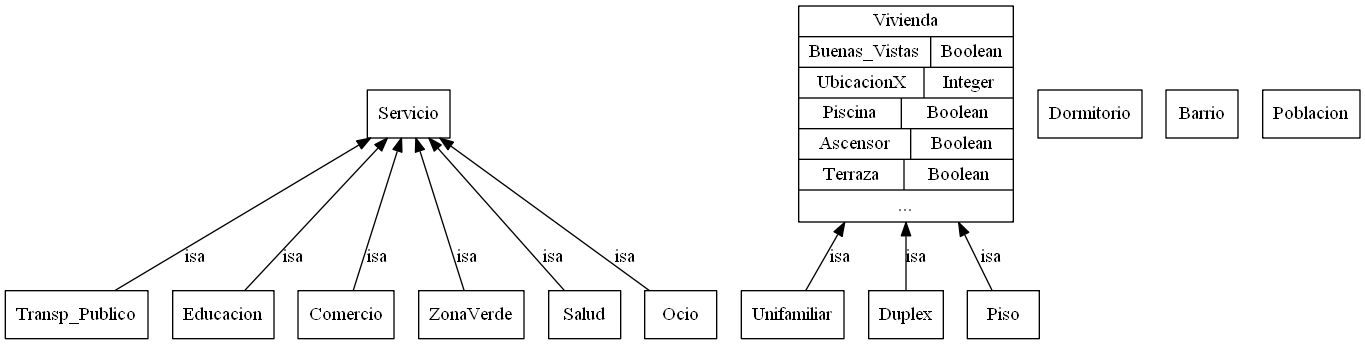
Above: Ontologia.dot.png in mbdavid2/Practica-IA2 (Graphviz), before the change. Its source is kept beside it as Ontologia.dot.
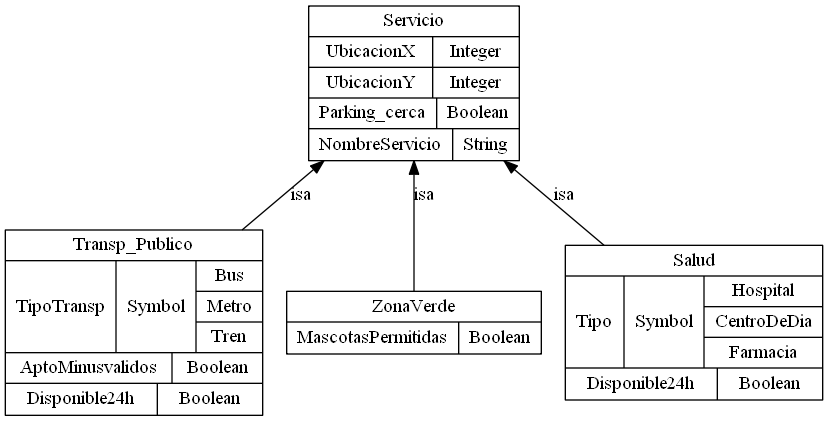
Above is the later version.

The edit, as a diff of the source:
```diff
@@ -1,158 +1,56 @@
 digraph Ontologia {
-	graph [bb="0,0,1016,249"];
+	graph [bb="0,0,613,306"];
 	node [label="\N"];
 	Transp_Publico	 [color="0.0,0.0,0.0",
 		fontcolor="0.0,0.0,0.0",
-		height=0.5,
-		label=Transp_Publico,
-		pos="53.5,18",
-		shape=box,
-		width=1.4861];
+		height=1.9306,
+		label="{Transp_Publico|{TipoTransp|Symbol|{Bus|Metro|Tren}}|{AptoMinusvalidos|Boolean}|{Disponible24h|Boolean}}",
+		pos="96.5,69.5",
+		rects="0,115.5,193,138.5 0,46.5,83,115.5 83,46.5,143,115.5 143,92.5,193,115.5 143,69.5,193,92.5 143,46.5,193,69.5 0,23.5,125,46.5 125,23.5,\
+193,46.5 0,0.5,114,23.5 114,0.5,193,23.5",
+		shape=record,
+		width=2.6806];
 	Servicio	 [color="0.0,0.0,0.0",
 		fontcolor="0.0,0.0,0.0",
-		height=0.5,
-		label=Servicio,
-		pos="302.5,168",
-		shape=box,
-		width=0.86111];
+		height=1.6111,
+		label="{Servicio|{UbicacionX|Integer}|{UbicacionY|Integer}|{Parking_cerca|Boolean}|{NombreServicio|String}}",
+		pos="306.5,248",
+		rects="227.5,282.5,385.5,305.5 227.5,259.5,320.5,282.5 320.5,259.5,385.5,282.5 227.5,236.5,320.5,259.5 320.5,236.5,385.5,259.5 227.5,213.5,\
+323.5,236.5 323.5,213.5,385.5,236.5 227.5,190.5,335.5,213.5 335.5,190.5,385.5,213.5",
+		shape=record,
+		width=2.1944];
 	Servicio -> Transp_Publico	 [color="0.0,0.0,0.0",
 		dir=back,
 		fontcolor="0.0,0.0,0.0",
 		label=isa,
-		lp="142.5,61.5",
-		pos="s,273.45,149.73 264.55,144.44 214.47,114.68 127.42,62.936 82.366,36.157"];
-	Educacion	 [color="0.0,0.0,0.0",
-		fontcolor="0.0,0.0,0.0",
-		height=0.5,
-		label=Educacion,
-		pos="163.5,18",
-		shape=box,
-		width=1.0556];
-	Servicio -> Educacion	 [color="0.0,0.0,0.0",
-		dir=back,
-		fontcolor="0.0,0.0,0.0",
-		label=isa,
-		lp="216.5,61.5",
-		pos="s,286.28,149.73 279.19,142.18 250.95,112.12 204.14,62.269 179.61,36.157"];
-	Comercio	 [color="0.0,0.0,0.0",
-		fontcolor="0.0,0.0,0.0",
-		height=0.5,
-		label=Comercio,
-		pos="255.5,18",
-		shape=box,
-		width=1];
-	Servicio -> Comercio	 [color="0.0,0.0,0.0",
-		dir=back,
-		fontcolor="0.0,0.0,0.0",
-		label=isa,
-		lp="279.5,61.5",
-		pos="s,297.02,149.73 293.87,139.84 284.27,109.59 269.03,61.603 260.95,36.157"];
+		lp="222.5,164.5",
+		pos="s,239.19,190.43 231.3,183.79 213.93,169.19 195.37,153.6 177.75,138.79"];
 	ZonaVerde	 [color="0.0,0.0,0.0",
 		fontcolor="0.0,0.0,0.0",
-		height=0.5,
-		label=ZonaVerde,
-		pos="349.5,18",
-		shape=box,
-		width=1.0972];
+		height=0.65278,
+		label="{ZonaVerde|{MascotasPermitidas|Boolean}}",
+		pos="306.5,69.5",
+		rects="211,69.5,402,92.5 211,46.5,340,69.5 340,46.5,402,69.5",
+		shape=record,
+		width=2.6528];
 	Servicio -> ZonaVerde	 [color="0.0,0.0,0.0",
 		dir=back,
 		fontcolor="0.0,0.0,0.0",
 		label=isa,
-		lp="346.5,61.5",
-		pos="s,307.98,149.73 311.13,139.84 320.73,109.59 335.97,61.603 344.05,36.157"];
+		lp="314.5,164.5",
+		pos="s,306.5,190.18 306.5,179.86 306.5,148.94 306.5,114.35 306.5,92.511"];
 	Salud	 [color="0.0,0.0,0.0",
 		fontcolor="0.0,0.0,0.0",
-		height=0.5,
-		label=Salud,
-		pos="434.5,18",
-		shape=box,
-		width=0.75];
+		height=1.6111,
+		label="{Salud|{Tipo|Symbol|{Hospital|CentroDeDia|Farmacia}}|{Disponible24h|Boolean}}",
+		pos="516.5,69.5",
+		rects="420,104,613,127 420,35,464,104 464,35,524,104 524,81,613,104 524,58,613,81 524,35,613,58 420,12,534,35 534,12,613,35",
+		shape=record,
+		width=2.6806];
 	Servicio -> Salud	 [color="0.0,0.0,0.0",
 		dir=back,
 		fontcolor="0.0,0.0,0.0",
 		label=isa,
-		lp="411.5,61.5",
-		pos="s,317.9,149.73 324.64,142.18 351.45,112.12 395.91,62.269 419.2,36.157"];
-	Ocio	 [color="0.0,0.0,0.0",
-		fontcolor="0.0,0.0,0.0",
-		height=0.5,
-		label=Ocio,
-		pos="506.5,18",
-		shape=box,
-		width=0.75];
-	Servicio -> Ocio	 [color="0.0,0.0,0.0",
-		dir=back,
-		fontcolor="0.0,0.0,0.0",
-		label=isa,
-		lp="465.5,61.5",
-		pos="s,326.3,149.73 334.62,143.7 375.8,113.82 446.25,62.714 482.85,36.157"];
-	Unifamiliar	 [color="0.0,0.0,0.0",
-		fontcolor="0.0,0.0,0.0",
-		height=0.5,
-		label=Unifamiliar,
-		pos="590.5,18",
-		shape=box,
-		width=1.0694];
-	Vivienda	 [color="0.0,0.0,0.0",
-		fontcolor="0.0,0.0,0.0",
-		height=2.25,
-		label="{Vivienda|{Buenas_Vistas|Boolean}|{UbicacionX|Integer}|{Piscina|Boolean}|{Ascensor|Boolean}|{Terraza|Boolean}|{...}}",
-		pos="675.5,168",
-		rects="595,225.5,756,248.5 595,202.5,694,225.5 694,202.5,756,225.5 595,179.5,689,202.5 689,179.5,756,202.5 595,156.5,672,179.5 672,156.5,\
-756,179.5 595,133.5,679,156.5 679,133.5,756,156.5 595,110.5,674,133.5 674,110.5,756,133.5 595,87.5,756,110.5",
-		shape=record,
-		width=2.2361];
-	Vivienda -> Unifamiliar	 [color="0.0,0.0,0.0",
-		dir=back,
-		fontcolor="0.0,0.0,0.0",
-		label=isa,
-		lp="626.5,61.5",
-		pos="s,629.77,87.368 624.57,78.319 615.29,62.172 606.58,46.998 600.29,36.038"];
-	Duplex	 [color="0.0,0.0,0.0",
-		fontcolor="0.0,0.0,0.0",
-		height=0.5,
-		label=Duplex,
-		pos="675.5,18",
-		shape=box,
-		width=0.77778];
-	Vivienda -> Duplex	 [color="0.0,0.0,0.0",
-		dir=back,
-		fontcolor="0.0,0.0,0.0",
-		label=isa,
-		lp="683.5,61.5",
-		pos="s,675.5,87.368 675.5,76.975 675.5,61.332 675.5,46.693 675.5,36.038"];
-	Piso	 [color="0.0,0.0,0.0",
-		fontcolor="0.0,0.0,0.0",
-		height=0.5,
-		label=Piso,
-		pos="748.5,18",
-		shape=box,
-		width=0.75];
-	Vivienda -> Piso	 [color="0.0,0.0,0.0",
-		dir=back,
-		fontcolor="0.0,0.0,0.0",
-		label=isa,
-		lp="739.5,61.5",
-		pos="s,714.78,87.368 719.24,78.319 727.21,62.172 734.69,46.998 740.1,36.038"];
-	Dormitorio	 [color="0.0,0.0,0.0",
-		fontcolor="0.0,0.0,0.0",
-		height=0.5,
-		label=Dormitorio,
-		pos="813.5,168",
-		shape=box,
-		width=1.0833];
-	Barrio	 [color="0.0,0.0,0.0",
-		fontcolor="0.0,0.0,0.0",
-		height=0.5,
-		label=Barrio,
-		pos="897.5,168",
-		shape=box,
-		width=0.75];
-	Poblacion	 [color="0.0,0.0,0.0",
-		fontcolor="0.0,0.0,0.0",
-		height=0.5,
-		label=Poblacion,
-		pos="979.5,168",
-		shape=box,
-		width=1.0139];
+		lp="419.5,164.5",
+		pos="s,373.81,190.43 381.54,183.93 403.62,165.37 427.64,145.18 449.21,127.06"];
 }
```
